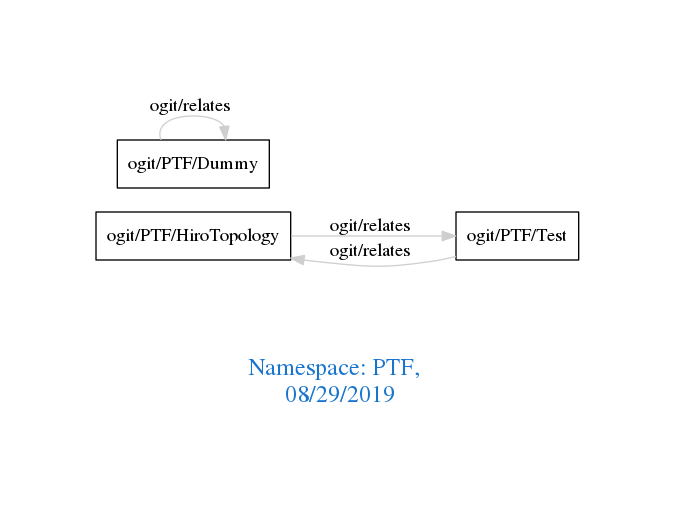
Earlier version of the Graphviz export downloads/PTF.png (arago/OGIT). Its source is kept beside it as downloads/PTF.dot.
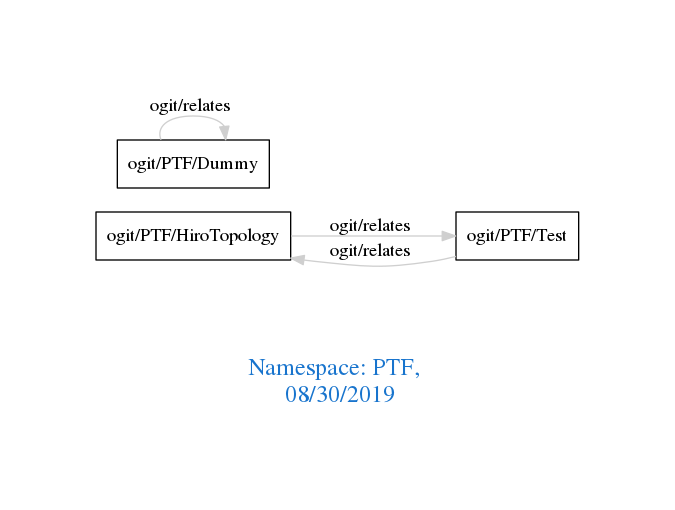
After the commit.

The edit, as a diff of the source:
```diff
@@ -1,7 +1,7 @@
 digraph OGIT_ontology {
  graph [ rankdir= LR,pad=1
 fontsize = 18,
-fontcolor= dodgerblue3,label = "\n\n\nNamespace: PTF, \n 08/29/2019"];
+fontcolor= dodgerblue3,label = "\n\n\nNamespace: PTF, \n 08/30/2019"];
 node[shape=polygon];
 edge [  color="gray81"];
 
```
